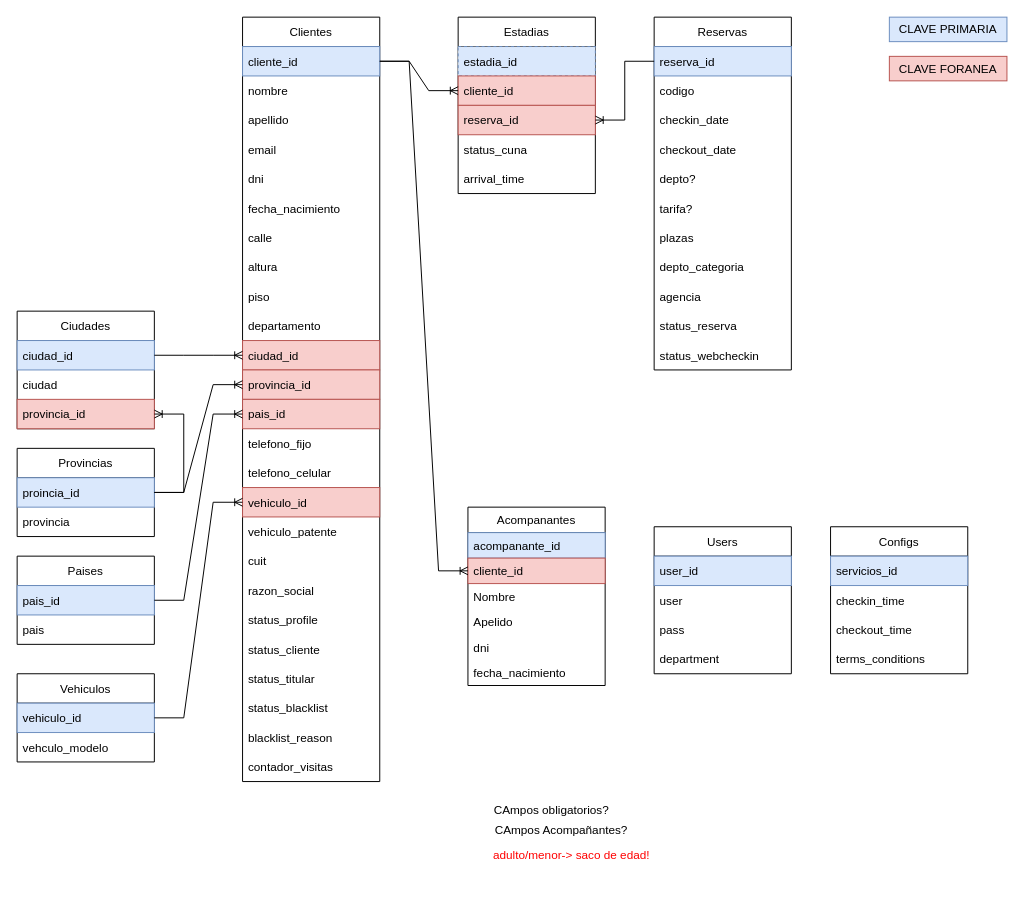
Before: page "DB" (1 of 4) of web-checkin/hotel-web-checkin.drawio in danielo101/db-diagrams, a draw.io diagram. Source tidied: cells renumbered, new cells numbered last; positions are measured from the earlier drawing's top-left corner, leaving out a move shared by most shapes. Both pictures are drawn from the tidied source at 98%, with x=0, y=0 at pixel (17, 17).
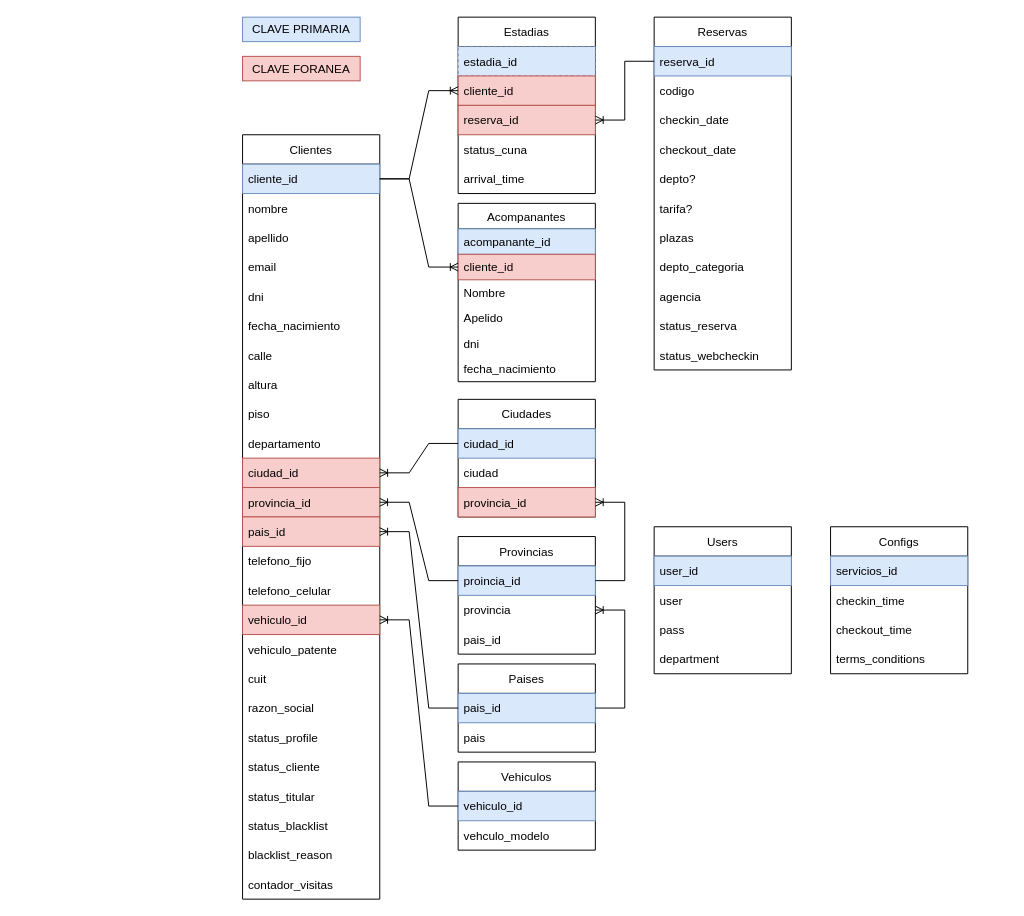
After the change.

The change refers to these unchanged cells:
```xml
<mxCell id="57" value="pais_id    " style="text;strokeColor=#6c8ebf;fillColor=#dae8fc;align=left;verticalAlign=middle;spacingLeft=4;spacingRight=4;overflow=hidden;points=[[0,0.5],[1,0.5]];portConstraint=eastwest;labelBorderColor=none;" parent="56" vertex="1">
  <mxGeometry y="30" width="140" height="30" as="geometry" />
</mxCell>
<mxCell id="61" value="provincia" style="text;strokeColor=none;fillColor=none;align=left;verticalAlign=middle;spacingLeft=4;spacingRight=4;overflow=hidden;points=[[0,0.5],[1,0.5]];portConstraint=eastwest;labelBorderColor=none;fontColor=#000000;" parent="59" vertex="1">
  <mxGeometry y="60" width="140" height="30" as="geometry" />
</mxCell>
```

The edit, as a diff of the source:
```diff
@@
     <mxCell id="19" value="Clientes" style="swimlane;fontStyle=0;horizontal=1;startSize=30;" parent="1" vertex="1">
-      <mxGeometry x="230" width="140" height="780" as="geometry" />
+      <mxGeometry x="230" y="120" width="140" height="780" as="geometry" />
     </mxCell>
@@
     <mxCell id="53" value="Vehiculos" style="swimlane;fontStyle=0;horizontal=1;startSize=30;labelBorderColor=none;fontColor=#000000;strokeColor=default;fillColor=none;" parent="1" vertex="1">
-      <mxGeometry y="670" width="140" height="90" as="geometry" />
+      <mxGeometry x="450" y="760" width="140" height="90" as="geometry" />
     </mxCell>
@@
     <mxCell id="56" value="Paises" style="swimlane;fontStyle=0;horizontal=1;startSize=30;labelBorderColor=none;fontColor=#000000;strokeColor=default;fillColor=none;" parent="1" vertex="1">
-      <mxGeometry y="550" width="140" height="90" as="geometry" />
+      <mxGeometry x="450" y="660" width="140" height="90" as="geometry" />
     </mxCell>
@@
     <mxCell id="59" value="Provincias" style="swimlane;fontStyle=0;horizontal=1;startSize=30;labelBorderColor=none;fontColor=#000000;strokeColor=default;fillColor=none;" parent="1" vertex="1">
-      <mxGeometry y="440" width="140" height="90" as="geometry" />
+      <mxGeometry x="450" y="530" width="140" height="120" as="geometry" />
     </mxCell>
@@
+    <mxCell id="89" value="pais_id" style="text;strokeColor=none;fillColor=none;align=left;verticalAlign=middle;spacingLeft=4;spacingRight=4;overflow=hidden;labelBorderColor=none;fontColor=#000000;" parent="59" vertex="1">
+      <mxGeometry y="90" width="140" height="30" as="geometry" />
+    </mxCell>
     <mxCell id="62" value="Ciudades" style="swimlane;fontStyle=0;horizontal=1;startSize=30;labelBorderColor=none;fontColor=#000000;strokeColor=default;fillColor=none;" parent="1" vertex="1">
-      <mxGeometry y="300" width="140" height="120" as="geometry" />
+      <mxGeometry x="450" y="390" width="140" height="120" as="geometry" />
     </mxCell>
@@
     <mxCell id="71" value="CLAVE PRIMARIA" style="rounded=0;whiteSpace=wrap;html=1;labelBorderColor=none;strokeColor=#6c8ebf;fillColor=#dae8fc;" parent="1" vertex="1">
-      <mxGeometry x="890" width="120" height="25" as="geometry" />
+      <mxGeometry x="230" width="120" height="25" as="geometry" />
     </mxCell>
     <mxCell id="72" value="CLAVE FORANEA" style="rounded=0;whiteSpace=wrap;html=1;labelBorderColor=none;strokeColor=#b85450;fillColor=#f8cecc;" parent="1" vertex="1">
-      <mxGeometry x="890" y="40" width="120" height="25" as="geometry" />
+      <mxGeometry x="230" y="40" width="120" height="25" as="geometry" />
     </mxCell>
-    <mxCell id="73" value="&lt;div&gt;CAmpos obligatorios?&lt;/div&gt;" style="text;html=1;align=center;verticalAlign=middle;strokeColor=none;fillColor=none;fontColor=#000000;" parent="1" vertex="1">
-      <mxGeometry x="480" y="800" width="130" height="20" as="geometry" />
-    </mxCell>
-    <mxCell id="74" value="&lt;div&gt;CAmpos Acompañantes?&lt;br&gt;&lt;/div&gt;" style="text;html=1;align=center;verticalAlign=middle;strokeColor=none;fillColor=none;fontColor=#000000;" parent="1" vertex="1">
-      <mxGeometry x="480" y="820" width="150" height="20" as="geometry" />
-    </mxCell>
-    <mxCell id="75" value="adulto/menor-&gt; saco de edad!" style="text;strokeColor=none;fillColor=none;align=left;verticalAlign=middle;spacingLeft=4;spacingRight=4;overflow=hidden;fontColor=#FF0000;" parent="1" vertex="1">
-      <mxGeometry x="480" y="840" width="200" height="30" as="geometry" />
-    </mxCell>
@@
     <mxCell id="81" value="Acompanantes" style="swimlane;fontStyle=0;horizontal=1;startSize=26;fillColor=none;" parent="1" vertex="1">
-      <mxGeometry x="460" y="500" width="140" height="182" as="geometry" />
+      <mxGeometry x="450" y="190" width="140" height="182" as="geometry" />
     </mxCell>
@@
+    <mxCell id="90" style="edgeStyle=entityRelationEdgeStyle;fontSize=12;html=1;endArrow=ERoneToMany;rounded=0;fontColor=#000000;exitX=1;exitY=0.5;exitDx=0;exitDy=0;" parent="1" edge="1" source="57" target="61">
+      <mxGeometry relative="1" as="geometry" />
+    </mxCell>
```
